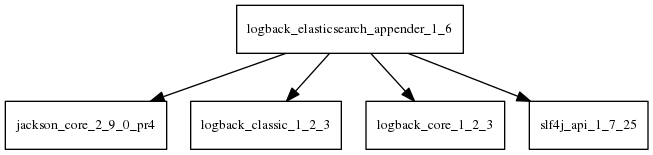
Before: tattleTaleReport/graphviz/logback-elasticsearch-appender-1.6.jar/logback-elasticsearch-appender-1.6.jar.png, a diagram exported from Graphviz (AglaianWoman/cia). Its source is kept beside it as tattleTaleReport/graphviz/logback-elasticsearch-appender-1.6.jar/logback-elasticsearch-appender-1.6.jar.dot.
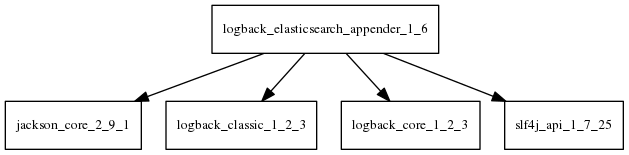
The same file after the commit.

What changed in the source:
```diff
@@ -1,6 +1,6 @@
 digraph logback_elasticsearch_appender_1_6_dependencies {
   node [shape = box, fontsize=10.0];
-  logback_elasticsearch_appender_1_6 -> jackson_core_2_9_0_pr4;
+  logback_elasticsearch_appender_1_6 -> jackson_core_2_9_1;
   logback_elasticsearch_appender_1_6 -> logback_classic_1_2_3;
   logback_elasticsearch_appender_1_6 -> logback_core_1_2_3;
   logback_elasticsearch_appender_1_6 -> slf4j_api_1_7_25;
```
